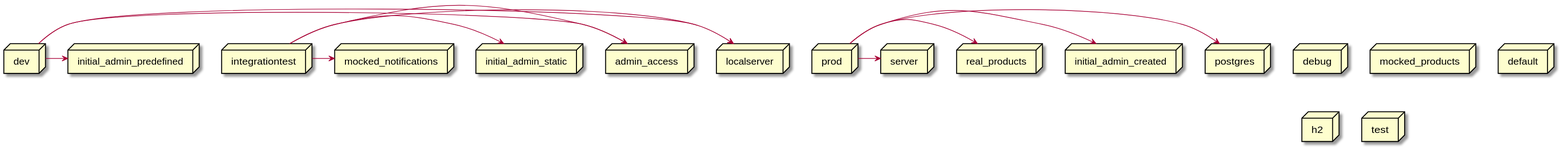
The PlantUML diagram docs/latest/images/gen_springprofiles.svg in mercedes-benz/sechub, before a commit.
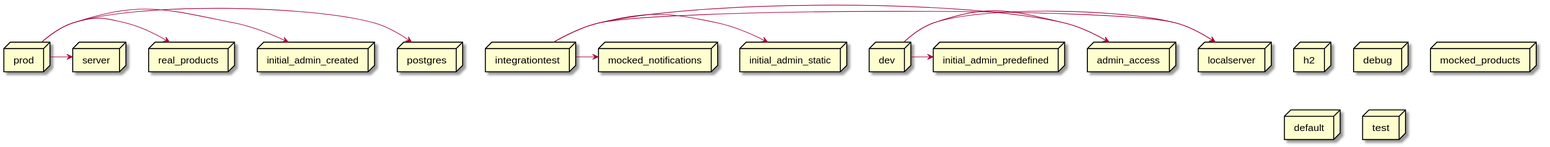
Later version of the same file.

Change to the diagram source:
```diff
@@ -1,30 +1,30 @@
 @startuml
+node h2
+node localserver
+node prod
+node integrationtest
+node debug
+node real_products
 node admin_access
-node debug
+node mocked_products
 node initial_admin_created
+node initial_admin_predefined
+node default
 node dev
-node localserver
-node mocked_products
-node real_products
-node default
-node integrationtest
-node h2
+node postgres
+node initial_admin_static
 node mocked_notifications
 node server
-node initial_admin_predefined
-node initial_admin_static
-node postgres
-node prod
 node test
-dev -> localserver
-dev -> initial_admin_predefined
-dev -> admin_access
+prod -> postgres
+prod -> initial_admin_created
+prod -> real_products
+prod -> server
 integrationtest -> localserver
 integrationtest -> initial_admin_static
 integrationtest -> mocked_notifications
 integrationtest -> admin_access
-prod -> postgres
-prod -> initial_admin_created
-prod -> real_products
-prod -> server
+dev -> localserver
+dev -> initial_admin_predefined
+dev -> admin_access
 @enduml
```
